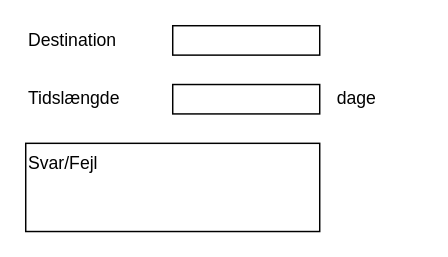
Before: exercises-for-lectures/exercise-1/UI prototype.drawio in Explik/au-itko-2024-software-development-exercises, a draw.io diagram. Source tidied: cells renumbered, new cells numbered last; positions are measured from the earlier drawing's top-left corner, leaving out a move shared by most shapes. Both pictures are drawn from the tidied source at 147%, with x=0, y=0 at pixel (25, 25).
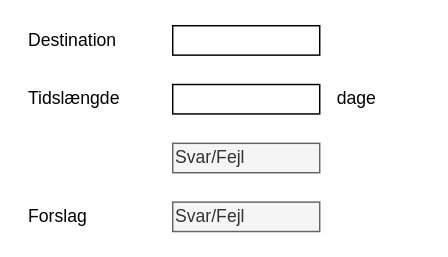
The same page after the edit.

Commit message (it also covers changes not shown here):
Adding missing implementation details

Change to the diagram source:
```diff
@@
 <mxGraphModel>
   <root>
     <mxCell id="0" />
     <mxCell id="1" parent="0" />
     <mxCell id="2" value="Destination" style="text;html=1;align=left;verticalAlign=middle;whiteSpace=wrap;rounded=0;" parent="1" vertex="1">
       <mxGeometry width="60" height="20" as="geometry" />
     </mxCell>
     <mxCell id="3" value="Tidslængde" style="text;html=1;align=left;verticalAlign=middle;whiteSpace=wrap;rounded=0;" parent="1" vertex="1">
       <mxGeometry y="40" width="60" height="20" as="geometry" />
     </mxCell>
     <mxCell id="4" style="rounded=0;whiteSpace=wrap;html=1;" parent="1" vertex="1">
       <mxGeometry x="100" y="40" width="100" height="20" as="geometry" />
     </mxCell>
     <mxCell id="5" value="dage" style="text;html=1;align=left;verticalAlign=middle;whiteSpace=wrap;rounded=0;" parent="1" vertex="1">
       <mxGeometry x="210" y="35" width="60" height="30" as="geometry" />
     </mxCell>
     <mxCell id="6" style="rounded=0;whiteSpace=wrap;html=1;" parent="1" vertex="1">
       <mxGeometry x="100" width="100" height="20" as="geometry" />
     </mxCell>
-    <mxCell id="7" value="Svar/Fejl" style="rounded=0;whiteSpace=wrap;html=1;align=left;verticalAlign=top;" parent="1" vertex="1">
-      <mxGeometry y="80" width="200" height="60" as="geometry" />
-    </mxCell>
+    <mxCell id="8" value="Svar/Fejl" style="rounded=0;whiteSpace=wrap;html=1;align=left;verticalAlign=middle;fillColor=#f5f5f5;fontColor=#333333;strokeColor=#666666;" parent="1" vertex="1">
+      <mxGeometry x="100" y="80" width="100" height="20" as="geometry" />
+    </mxCell>
+    <mxCell id="9" value="Svar/Fejl" style="rounded=0;whiteSpace=wrap;html=1;align=left;verticalAlign=middle;fillColor=#f5f5f5;fontColor=#333333;strokeColor=#666666;" parent="1" vertex="1">
+      <mxGeometry x="100" y="120" width="100" height="20" as="geometry" />
+    </mxCell>
+    <mxCell id="10" value="Forslag" style="text;html=1;align=left;verticalAlign=middle;whiteSpace=wrap;rounded=0;" parent="1" vertex="1">
+      <mxGeometry y="120" width="80" height="20" as="geometry" />
+    </mxCell>
   </root>
 </mxGraphModel>
```
